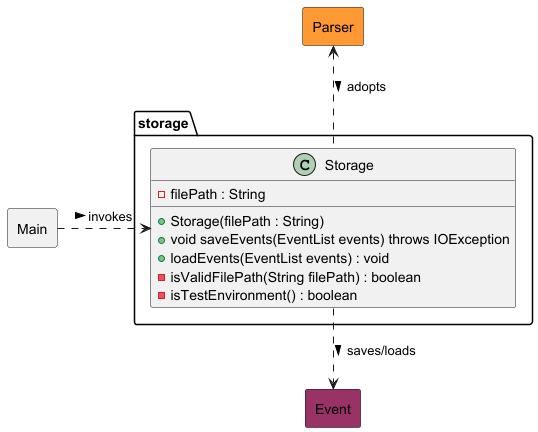
The PlantUML diagram docs/images/StorageClassDiagram.png in nus-cs2113-AY2425S1/tp, before a commit.
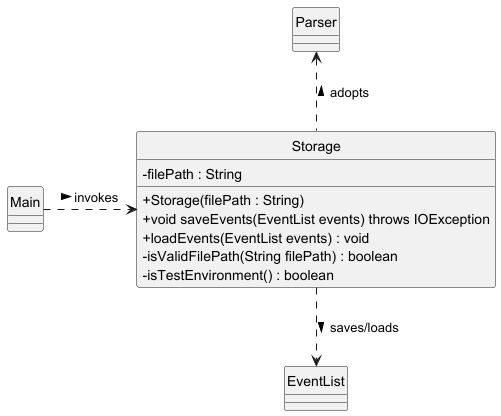
After the change.

Change to the diagram source:
```diff
@@ -1,8 +1,10 @@
 @startuml
 !include style.puml
+hide circle
+skinparam ClassAttributeIconSize 0
+
 allowmixing
 
-package storage {
     class Storage {
         - filePath : String
         + Storage(filePath : String)
@@ -11,14 +13,13 @@
         - isValidFilePath(String filePath) : boolean
         - isTestEnvironment() : boolean
     }
-}
 
-rectangle Main
-rectangle Event EVENT_COLOUR
-rectangle Parser PARSER_COLOUR
+class Main
+class EventList
+class Parser
 
-Storage ..> Event : saves/loads >
-Parser <.. Storage : adopts >
+Storage ..> EventList : saves/loads >
+Parser <.. Storage : < adopts
 Main .> Storage : invokes >
 
 @enduml
```
